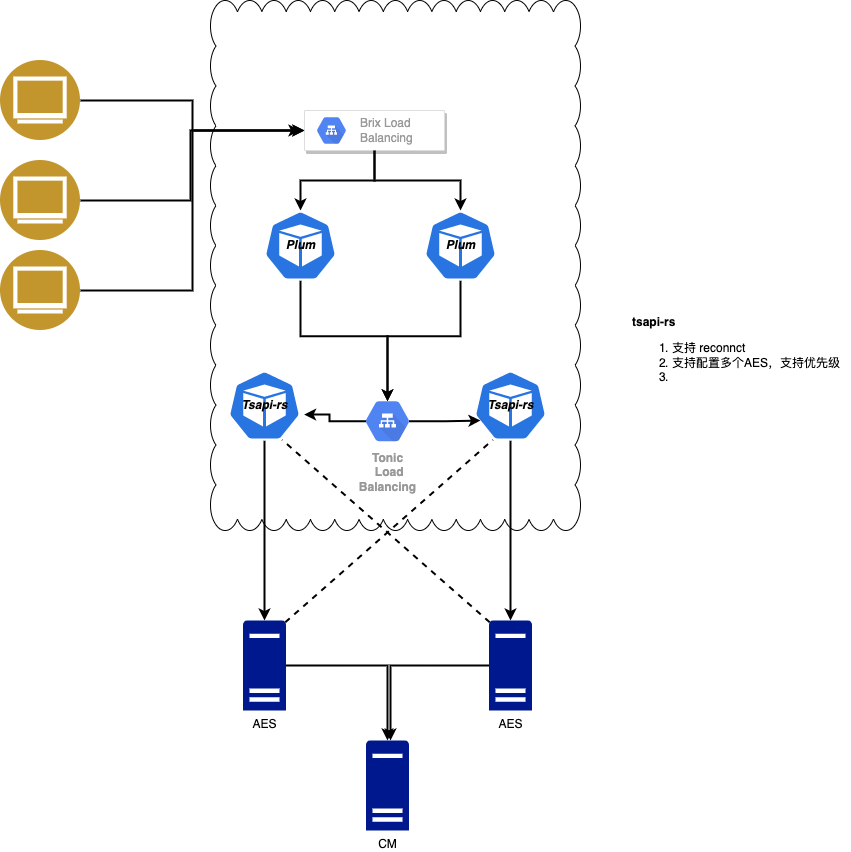
Before: aes_rust.drawio.png, a diagram exported from draw.io (sunxingsong/app-digrams). Source tidied: cells renumbered, new cells last; positions are measured from the earlier drawing's top-left corner, leaving out a move shared by most shapes.
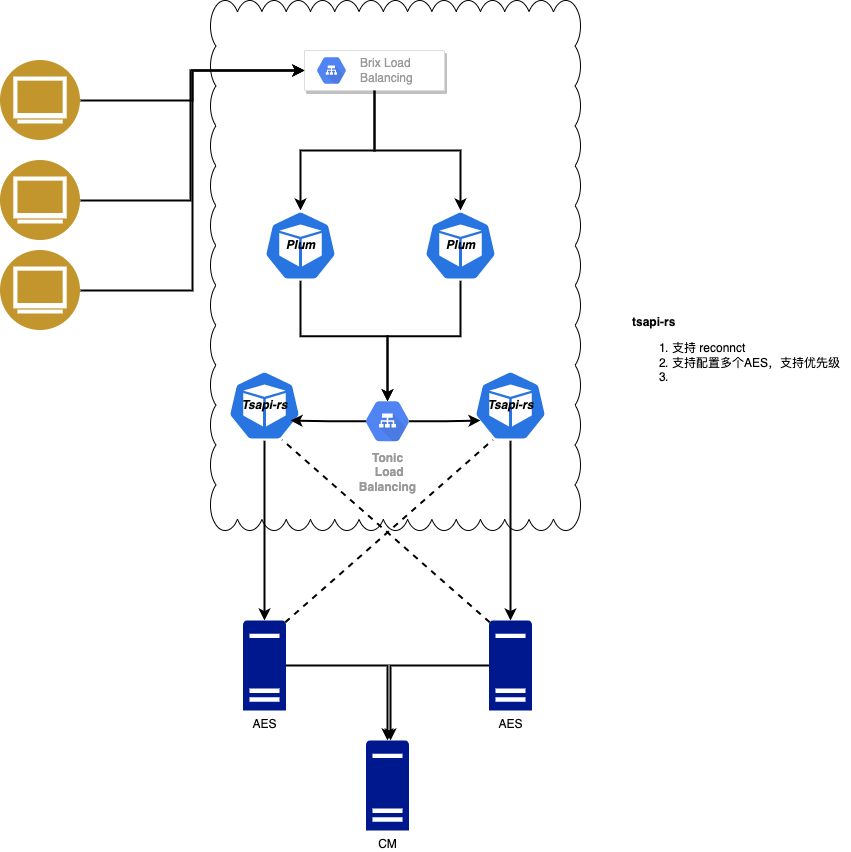
After the commit.

What changed in the source:
```diff
@@ -15,19 +15,18 @@
       <mxGeometry relative="1" as="geometry" />
     </mxCell>
     <mxCell id="6" style="strokeColor=#dddddd;shadow=1;strokeWidth=1;rounded=1;absoluteArcSize=1;arcSize=2;" parent="1" vertex="1">
-      <mxGeometry x="304" y="110" width="140" height="40" as="geometry" />
+      <mxGeometry x="304" y="50" width="140" height="40" as="geometry" />
     </mxCell>
     <mxCell id="7" value="Brix Load&lt;br&gt;Balancing" style="sketch=0;dashed=0;html=1;fillColor=#5184F3;strokeColor=none;shape=mxgraph.gcp2.hexIcon;prIcon=cloud_load_balancing;labelPosition=right;verticalLabelPosition=middle;align=left;verticalAlign=middle;spacingLeft=5;fontColor=#999999;fontSize=12;" parent="6" vertex="1">
       <mxGeometry y="0.5" width="44" height="39" relative="1" as="geometry">
         <mxPoint x="5" y="-19.5" as="offset" />
       </mxGeometry>
     </mxCell>
-    <mxCell id="8" style="edgeStyle=orthogonalEdgeStyle;rounded=0;jettySize=auto;html=1;strokeWidth=2;" parent="1" edge="1" source="9">
+    <mxCell id="8" style="edgeStyle=orthogonalEdgeStyle;rounded=0;jettySize=auto;html=1;strokeWidth=2;entryX=0;entryY=0.5;entryDx=0;entryDy=0;" parent="1" edge="1" source="9" target="6">
       <mxGeometry relative="1" as="geometry">
-        <mxPoint x="300" y="130" as="targetPoint" />
         <Array as="points">
           <mxPoint x="190" y="200" />
-          <mxPoint x="190" y="130" />
+          <mxPoint x="190" y="70" />
         </Array>
       </mxGeometry>
     </mxCell>
@@ -68,7 +67,7 @@
     <mxCell id="19" value="&lt;b&gt;&lt;i&gt;Tsapi-rs&lt;/i&gt;&lt;/b&gt;" style="sketch=0;html=1;dashed=0;whitespace=wrap;fillColor=#2875E2;strokeColor=#ffffff;points=[[0.005,0.63,0],[0.1,0.2,0],[0.9,0.2,0],[0.5,0,0],[0.995,0.63,0],[0.72,0.99,0],[0.5,1,0],[0.28,0.99,0]];shape=mxgraph.kubernetes.icon;prIcon=pod;" parent="1" vertex="1">
       <mxGeometry x="470" y="370" width="80" height="70" as="geometry" />
     </mxCell>
-    <mxCell id="20" style="edgeStyle=orthogonalEdgeStyle;rounded=0;jettySize=auto;html=1;exitX=0.175;exitY=0.5;exitDx=0;exitDy=0;exitPerimeter=0;entryX=0.995;entryY=0.63;entryDx=0;entryDy=0;entryPerimeter=0;strokeWidth=2;" parent="1" edge="1" source="22" target="17">
+    <mxCell id="20" style="edgeStyle=orthogonalEdgeStyle;rounded=0;jettySize=auto;html=1;exitX=0.175;exitY=0.5;exitDx=0;exitDy=0;exitPerimeter=0;entryX=0.825;entryY=0.714;entryDx=0;entryDy=0;entryPerimeter=0;strokeWidth=2;" parent="1" edge="1" source="22" target="17">
       <mxGeometry relative="1" as="geometry" />
     </mxCell>
     <mxCell id="21" style="edgeStyle=orthogonalEdgeStyle;rounded=0;jettySize=auto;html=1;exitX=0.825;exitY=0.5;exitDx=0;exitDy=0;exitPerimeter=0;entryX=0.125;entryY=0.714;entryDx=0;entryDy=0;entryPerimeter=0;strokeWidth=2;" parent="1" edge="1" source="22" target="19">
```
